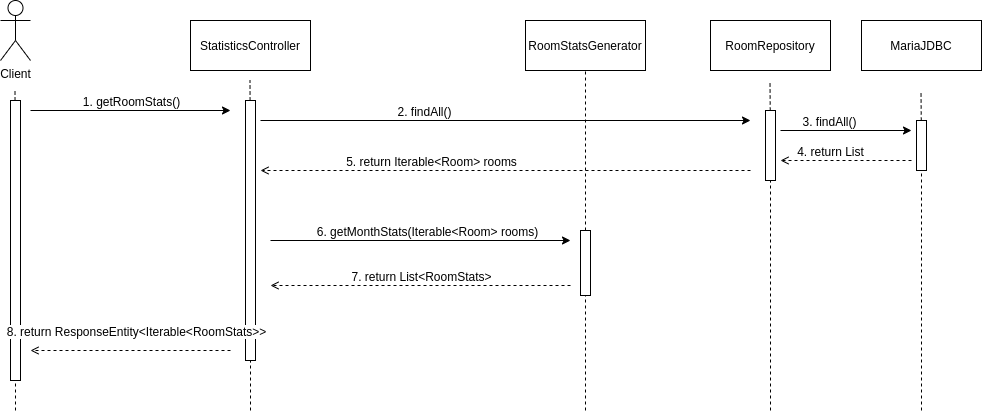
Earlier version of the draw.io export doc/design_sequence_diagram.png (torar9/swinz-projekt). Source tidied: cells renumbered, new cells last; positions are measured from the earlier drawing's top-left corner, leaving out a move shared by most shapes. The source it was exported from:
```xml
<mxGraphModel>
  <root>
    <mxCell id="0" />
    <mxCell id="1" parent="0" />
    <mxCell id="2" value="Client" style="shape=umlActor;verticalLabelPosition=bottom;labelBackgroundColor=#ffffff;verticalAlign=top;html=1;" parent="1" vertex="1">
      <mxGeometry width="30" height="60" as="geometry" />
    </mxCell>
    <mxCell id="3" style="endArrow=none;dashed=1;html=1;" parent="1" edge="1" source="4">
      <mxGeometry relative="1" as="geometry">
        <mxPoint x="14.5" y="90" as="targetPoint" />
      </mxGeometry>
    </mxCell>
    <mxCell id="4" style="rounded=0;whiteSpace=wrap;html=1;" parent="1" vertex="1">
      <mxGeometry x="10" y="100" width="10" height="280" as="geometry" />
    </mxCell>
    <mxCell id="5" style="endArrow=none;dashed=1;html=1;" parent="1" edge="1" target="4">
      <mxGeometry relative="1" as="geometry">
        <mxPoint x="15" y="410" as="sourcePoint" />
      </mxGeometry>
    </mxCell>
    <mxCell id="6" value="StatisticsController" style="rounded=0;whiteSpace=wrap;html=1;" parent="1" vertex="1">
      <mxGeometry x="190" y="20" width="120" height="50" as="geometry" />
    </mxCell>
    <mxCell id="7" value="RoomStatsGenerator" style="rounded=0;whiteSpace=wrap;html=1;" parent="1" vertex="1">
      <mxGeometry x="525" y="20" width="120" height="50" as="geometry" />
    </mxCell>
    <mxCell id="8" style="endArrow=none;dashed=1;html=1;" parent="1" edge="1" source="11">
      <mxGeometry relative="1" as="geometry">
        <mxPoint x="249.5" y="80" as="targetPoint" />
      </mxGeometry>
    </mxCell>
    <mxCell id="9" style="endArrow=classic;html=1;" parent="1" edge="1">
      <mxGeometry relative="1" as="geometry">
        <mxPoint x="30" y="110" as="sourcePoint" />
        <mxPoint x="230" y="110" as="targetPoint" />
      </mxGeometry>
    </mxCell>
    <mxCell id="10" value="1. getRoomStats()" style="edgeLabel;html=1;align=center;verticalAlign=middle;fontSize=12;" parent="9" vertex="1">
      <mxGeometry x="0.61" relative="1" as="geometry">
        <mxPoint x="-61" y="-10" as="offset" />
      </mxGeometry>
    </mxCell>
    <mxCell id="11" style="rounded=0;whiteSpace=wrap;html=1;" parent="1" vertex="1">
      <mxGeometry x="245" y="100" width="10" height="260" as="geometry" />
    </mxCell>
    <mxCell id="12" style="endArrow=none;dashed=1;html=1;" parent="1" edge="1" target="11">
      <mxGeometry relative="1" as="geometry">
        <mxPoint x="250" y="410" as="sourcePoint" />
      </mxGeometry>
    </mxCell>
    <mxCell id="13" value="RoomRepository" style="rounded=0;whiteSpace=wrap;html=1;fontSize=12;" parent="1" vertex="1">
      <mxGeometry x="710" y="20" width="120" height="50" as="geometry" />
    </mxCell>
    <mxCell id="14" style="endArrow=none;dashed=1;html=1;fontSize=12;entryX=0.5;entryY=1;entryDx=0;entryDy=0;" parent="1" edge="1" target="7">
      <mxGeometry relative="1" as="geometry">
        <mxPoint x="585" y="410" as="sourcePoint" />
      </mxGeometry>
    </mxCell>
    <mxCell id="15" style="endArrow=classic;html=1;fontSize=12;" parent="1" edge="1">
      <mxGeometry relative="1" as="geometry">
        <mxPoint x="260" y="120" as="sourcePoint" />
        <mxPoint x="750" y="120" as="targetPoint" />
      </mxGeometry>
    </mxCell>
    <mxCell id="16" value="2. findAll()" style="edgeLabel;html=1;align=center;verticalAlign=middle;fontSize=12;" parent="15" vertex="1">
      <mxGeometry x="0.48" relative="1" as="geometry">
        <mxPoint x="-200" y="-10" as="offset" />
      </mxGeometry>
    </mxCell>
    <mxCell id="17" style="endArrow=none;dashed=1;html=1;" parent="1" edge="1" source="18">
      <mxGeometry relative="1" as="geometry">
        <mxPoint x="769.5" y="80" as="targetPoint" />
      </mxGeometry>
    </mxCell>
    <mxCell id="18" style="rounded=0;whiteSpace=wrap;html=1;" parent="1" vertex="1">
      <mxGeometry x="765" y="110" width="10" height="70" as="geometry" />
    </mxCell>
    <mxCell id="19" style="endArrow=none;dashed=1;html=1;" parent="1" edge="1" target="18">
      <mxGeometry relative="1" as="geometry">
        <mxPoint x="770" y="410" as="sourcePoint" />
      </mxGeometry>
    </mxCell>
    <mxCell id="20" style="endArrow=open;dashed=1;html=1;fontSize=12;endFill=0;" parent="1" edge="1">
      <mxGeometry relative="1" as="geometry">
        <mxPoint x="750" y="170" as="sourcePoint" />
        <mxPoint x="260" y="170" as="targetPoint" />
      </mxGeometry>
    </mxCell>
    <mxCell id="21" value="5. return Iterable&amp;lt;Room&amp;gt; rooms" style="edgeLabel;html=1;align=center;verticalAlign=middle;fontSize=12;" parent="20" vertex="1">
      <mxGeometry x="-0.64" y="1" relative="1" as="geometry">
        <mxPoint x="-231" y="-11" as="offset" />
      </mxGeometry>
    </mxCell>
    <mxCell id="22" style="rounded=0;whiteSpace=wrap;html=1;fontSize=12;" parent="1" vertex="1">
      <mxGeometry x="580" y="230" width="10" height="65" as="geometry" />
    </mxCell>
    <mxCell id="23" style="endArrow=classic;html=1;fontSize=12;" parent="1" edge="1">
      <mxGeometry relative="1" as="geometry">
        <mxPoint x="270" y="240" as="sourcePoint" />
        <mxPoint x="570" y="240" as="targetPoint" />
      </mxGeometry>
    </mxCell>
    <mxCell id="24" value="6. getMonthStats(Iterable&amp;lt;Room&amp;gt; rooms)" style="edgeLabel;html=1;align=center;verticalAlign=middle;fontSize=12;" parent="23" vertex="1">
      <mxGeometry x="0.24" y="3" relative="1" as="geometry">
        <mxPoint x="-30" y="-7" as="offset" />
      </mxGeometry>
    </mxCell>
    <mxCell id="25" value="MariaJDBC" style="rounded=0;whiteSpace=wrap;html=1;fontSize=12;" parent="1" vertex="1">
      <mxGeometry x="861" y="20" width="120" height="50" as="geometry" />
    </mxCell>
    <mxCell id="26" style="endArrow=none;dashed=1;html=1;fontSize=12;" parent="1" edge="1" source="31">
      <mxGeometry relative="1" as="geometry">
        <mxPoint x="920.5" y="90" as="targetPoint" />
      </mxGeometry>
    </mxCell>
    <mxCell id="27" style="endArrow=classic;html=1;fontSize=12;" parent="1" edge="1">
      <mxGeometry relative="1" as="geometry">
        <mxPoint x="780" y="130" as="sourcePoint" />
        <mxPoint x="911" y="130" as="targetPoint" />
      </mxGeometry>
    </mxCell>
    <mxCell id="28" value="3. findAll()" style="edgeLabel;html=1;align=center;verticalAlign=middle;fontSize=12;" parent="27" vertex="1">
      <mxGeometry x="0.48" relative="1" as="geometry">
        <mxPoint x="-49" y="-10" as="offset" />
      </mxGeometry>
    </mxCell>
    <mxCell id="29" style="endArrow=open;dashed=1;html=1;fontSize=12;endFill=0;" parent="1" edge="1">
      <mxGeometry relative="1" as="geometry">
        <mxPoint x="911" y="160" as="sourcePoint" />
        <mxPoint x="780" y="160" as="targetPoint" />
      </mxGeometry>
    </mxCell>
    <mxCell id="30" value="4. return List" style="edgeLabel;html=1;align=center;verticalAlign=middle;fontSize=12;" parent="29" vertex="1">
      <mxGeometry x="-0.64" y="1" relative="1" as="geometry">
        <mxPoint x="-57.5" y="-11" as="offset" />
      </mxGeometry>
    </mxCell>
    <mxCell id="31" style="rounded=0;whiteSpace=wrap;html=1;fontSize=12;" parent="1" vertex="1">
      <mxGeometry x="916" y="120" width="10" height="50" as="geometry" />
    </mxCell>
    <mxCell id="32" style="endArrow=none;dashed=1;html=1;fontSize=12;" parent="1" edge="1" target="31">
      <mxGeometry relative="1" as="geometry">
        <mxPoint x="921" y="410" as="sourcePoint" />
      </mxGeometry>
    </mxCell>
    <mxCell id="33" style="endArrow=open;dashed=1;html=1;fontSize=12;endFill=0;" parent="1" edge="1">
      <mxGeometry relative="1" as="geometry">
        <mxPoint x="570" y="285" as="sourcePoint" />
        <mxPoint x="270" y="285" as="targetPoint" />
      </mxGeometry>
    </mxCell>
    <mxCell id="34" value="&lt;span style=&quot;color: rgba(0 , 0 , 0 , 0) ; font-family: monospace ; font-size: 0px ; background-color: rgb(248 , 249 , 250)&quot;&gt;%3CmxGraphModel%3E%3Croot%3E%3CmxCell%20id%3D%220%22%2F%3E%3CmxCell%20id%3D%221%22%20parent%3D%220%22%2F%3E%3CmxCell%20id%3D%222%22%20value%3D%22create(ArrayList%26amp%3Blt%3BRoomMonthStat%26amp%3Bgt%3B)%22%20style%3D%22edgeLabel%3Bhtml%3D1%3Balign%3Dcenter%3BverticalAlign%3Dmiddle%3Bresizable%3D0%3Bpoints%3D%5B%5D%3BfontSize%3D12%3B%22%20vertex%3D%221%22%20connectable%3D%220%22%20parent%3D%221%22%3E%3CmxGeometry%20x%3D%22660.0017647058824%22%20y%3D%22540.3000000000002%22%20as%3D%22geometry%22%3E%3CmxPoint%20x%3D%2230.59%22%20y%3D%22-12.7%22%20as%3D%22offset%22%2F%3E%3C%2FmxGeometry%3E%3C%2FmxCell%3E%3C%2Froot%3E%3C%2FmxGraphModel%3Eretur&lt;/span&gt;" style="edgeLabel;html=1;align=center;verticalAlign=middle;fontSize=12;" parent="33" vertex="1">
      <mxGeometry x="-0.64" y="1" relative="1" as="geometry">
        <mxPoint x="-32.1" y="-11" as="offset" />
      </mxGeometry>
    </mxCell>
    <mxCell id="35" value="&lt;font style=&quot;font-size: 12px&quot;&gt;7. return List&amp;lt;RoomStats&amp;gt;&lt;/font&gt;" style="edgeLabel;html=1;align=center;verticalAlign=middle;fontSize=12;" parent="33" vertex="1">
      <mxGeometry x="-0.16" y="1" relative="1" as="geometry">
        <mxPoint x="-23" y="-11" as="offset" />
      </mxGeometry>
    </mxCell>
    <mxCell id="36" style="endArrow=open;dashed=1;html=1;fontSize=12;endFill=0;" parent="1" edge="1">
      <mxGeometry relative="1" as="geometry">
        <mxPoint x="230" y="350" as="sourcePoint" />
        <mxPoint x="30" y="350" as="targetPoint" />
      </mxGeometry>
    </mxCell>
    <mxCell id="37" value="&lt;span style=&quot;color: rgba(0 , 0 , 0 , 0) ; font-family: monospace ; font-size: 0px ; background-color: rgb(248 , 249 , 250)&quot;&gt;%3CmxGraphModel%3E%3Croot%3E%3CmxCell%20id%3D%220%22%2F%3E%3CmxCell%20id%3D%221%22%20parent%3D%220%22%2F%3E%3CmxCell%20id%3D%222%22%20value%3D%22create(ArrayList%26amp%3Blt%3BRoomMonthStat%26amp%3Bgt%3B)%22%20style%3D%22edgeLabel%3Bhtml%3D1%3Balign%3Dcenter%3BverticalAlign%3Dmiddle%3Bresizable%3D0%3Bpoints%3D%5B%5D%3BfontSize%3D12%3B%22%20vertex%3D%221%22%20connectable%3D%220%22%20parent%3D%221%22%3E%3CmxGeometry%20x%3D%22660.0017647058824%22%20y%3D%22540.3000000000002%22%20as%3D%22geometry%22%3E%3CmxPoint%20x%3D%2230.59%22%20y%3D%22-12.7%22%20as%3D%22offset%22%2F%3E%3C%2FmxGeometry%3E%3C%2FmxCell%3E%3C%2Froot%3E%3C%2FmxGraphModel%3Eretur&lt;/span&gt;" style="edgeLabel;html=1;align=center;verticalAlign=middle;fontSize=12;" parent="36" vertex="1">
      <mxGeometry x="-0.64" y="1" relative="1" as="geometry">
        <mxPoint x="-97.1" y="-11" as="offset" />
      </mxGeometry>
    </mxCell>
    <mxCell id="38" value="&lt;font style=&quot;font-size: 12px&quot;&gt;8. return ResponseEntity&amp;lt;Iterable&amp;lt;RoomStats&amp;gt;&amp;gt;&lt;/font&gt;" style="edgeLabel;html=1;align=center;verticalAlign=middle;fontSize=12;" parent="36" vertex="1">
      <mxGeometry x="-0.16" y="1" relative="1" as="geometry">
        <mxPoint x="-11" y="-21" as="offset" />
      </mxGeometry>
    </mxCell>
  </root>
</mxGraphModel>
```
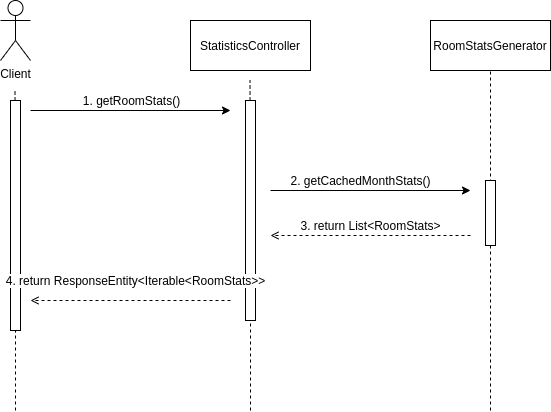
The same diagram one commit later.

Commit message:
Fix use case

Diff of the diagram source:
```diff
@@ -11,7 +11,7 @@
       </mxGeometry>
     </mxCell>
     <mxCell id="4" style="rounded=0;whiteSpace=wrap;html=1;" parent="1" vertex="1">
-      <mxGeometry x="10" y="100" width="10" height="280" as="geometry" />
+      <mxGeometry x="10" y="100" width="10" height="230" as="geometry" />
     </mxCell>
     <mxCell id="5" style="endArrow=none;dashed=1;html=1;" parent="1" edge="1" target="4">
       <mxGeometry relative="1" as="geometry">
@@ -22,7 +22,7 @@
       <mxGeometry x="190" y="20" width="120" height="50" as="geometry" />
     </mxCell>
     <mxCell id="7" value="RoomStatsGenerator" style="rounded=0;whiteSpace=wrap;html=1;" parent="1" vertex="1">
-      <mxGeometry x="525" y="20" width="120" height="50" as="geometry" />
+      <mxGeometry x="430" y="20" width="120" height="50" as="geometry" />
     </mxCell>
     <mxCell id="8" style="endArrow=none;dashed=1;html=1;" parent="1" edge="1" source="11">
       <mxGeometry relative="1" as="geometry">
@@ -41,112 +41,36 @@
       </mxGeometry>
     </mxCell>
     <mxCell id="11" style="rounded=0;whiteSpace=wrap;html=1;" parent="1" vertex="1">
-      <mxGeometry x="245" y="100" width="10" height="260" as="geometry" />
+      <mxGeometry x="245" y="100" width="10" height="220" as="geometry" />
     </mxCell>
     <mxCell id="12" style="endArrow=none;dashed=1;html=1;" parent="1" edge="1" target="11">
       <mxGeometry relative="1" as="geometry">
         <mxPoint x="250" y="410" as="sourcePoint" />
       </mxGeometry>
     </mxCell>
-    <mxCell id="13" value="RoomRepository" style="rounded=0;whiteSpace=wrap;html=1;fontSize=12;" parent="1" vertex="1">
-      <mxGeometry x="710" y="20" width="120" height="50" as="geometry" />
-    </mxCell>
     <mxCell id="14" style="endArrow=none;dashed=1;html=1;fontSize=12;entryX=0.5;entryY=1;entryDx=0;entryDy=0;" parent="1" edge="1" target="7">
       <mxGeometry relative="1" as="geometry">
-        <mxPoint x="585" y="410" as="sourcePoint" />
+        <mxPoint x="490" y="410" as="sourcePoint" />
       </mxGeometry>
     </mxCell>
-    <mxCell id="15" style="endArrow=classic;html=1;fontSize=12;" parent="1" edge="1">
-      <mxGeometry relative="1" as="geometry">
-        <mxPoint x="260" y="120" as="sourcePoint" />
-        <mxPoint x="750" y="120" as="targetPoint" />
-      </mxGeometry>
-    </mxCell>
-    <mxCell id="16" value="2. findAll()" style="edgeLabel;html=1;align=center;verticalAlign=middle;fontSize=12;" parent="15" vertex="1">
-      <mxGeometry x="0.48" relative="1" as="geometry">
-        <mxPoint x="-200" y="-10" as="offset" />
-      </mxGeometry>
-    </mxCell>
-    <mxCell id="17" style="endArrow=none;dashed=1;html=1;" parent="1" edge="1" source="18">
-      <mxGeometry relative="1" as="geometry">
-        <mxPoint x="769.5" y="80" as="targetPoint" />
-      </mxGeometry>
-    </mxCell>
-    <mxCell id="18" style="rounded=0;whiteSpace=wrap;html=1;" parent="1" vertex="1">
-      <mxGeometry x="765" y="110" width="10" height="70" as="geometry" />
-    </mxCell>
-    <mxCell id="19" style="endArrow=none;dashed=1;html=1;" parent="1" edge="1" target="18">
-      <mxGeometry relative="1" as="geometry">
-        <mxPoint x="770" y="410" as="sourcePoint" />
-      </mxGeometry>
-    </mxCell>
-    <mxCell id="20" style="endArrow=open;dashed=1;html=1;fontSize=12;endFill=0;" parent="1" edge="1">
-      <mxGeometry relative="1" as="geometry">
-        <mxPoint x="750" y="170" as="sourcePoint" />
-        <mxPoint x="260" y="170" as="targetPoint" />
-      </mxGeometry>
-    </mxCell>
-    <mxCell id="21" value="5. return Iterable&amp;lt;Room&amp;gt; rooms" style="edgeLabel;html=1;align=center;verticalAlign=middle;fontSize=12;" parent="20" vertex="1">
-      <mxGeometry x="-0.64" y="1" relative="1" as="geometry">
-        <mxPoint x="-231" y="-11" as="offset" />
-      </mxGeometry>
-    </mxCell>
     <mxCell id="22" style="rounded=0;whiteSpace=wrap;html=1;fontSize=12;" parent="1" vertex="1">
-      <mxGeometry x="580" y="230" width="10" height="65" as="geometry" />
+      <mxGeometry x="485" y="180" width="10" height="65" as="geometry" />
     </mxCell>
     <mxCell id="23" style="endArrow=classic;html=1;fontSize=12;" parent="1" edge="1">
       <mxGeometry relative="1" as="geometry">
-        <mxPoint x="270" y="240" as="sourcePoint" />
-        <mxPoint x="570" y="240" as="targetPoint" />
+        <mxPoint x="270" y="190" as="sourcePoint" />
+        <mxPoint x="470" y="190" as="targetPoint" />
       </mxGeometry>
     </mxCell>
-    <mxCell id="24" value="6. getMonthStats(Iterable&amp;lt;Room&amp;gt; rooms)" style="edgeLabel;html=1;align=center;verticalAlign=middle;fontSize=12;" parent="23" vertex="1">
+    <mxCell id="24" value="2. getCachedMonthStats()" style="edgeLabel;html=1;align=center;verticalAlign=middle;fontSize=12;" parent="23" vertex="1">
       <mxGeometry x="0.24" y="3" relative="1" as="geometry">
-        <mxPoint x="-30" y="-7" as="offset" />
+        <mxPoint x="-34.2" y="-7" as="offset" />
       </mxGeometry>
     </mxCell>
-    <mxCell id="25" value="MariaJDBC" style="rounded=0;whiteSpace=wrap;html=1;fontSize=12;" parent="1" vertex="1">
-      <mxGeometry x="861" y="20" width="120" height="50" as="geometry" />
-    </mxCell>
-    <mxCell id="26" style="endArrow=none;dashed=1;html=1;fontSize=12;" parent="1" edge="1" source="31">
-      <mxGeometry relative="1" as="geometry">
-        <mxPoint x="920.5" y="90" as="targetPoint" />
-      </mxGeometry>
-    </mxCell>
-    <mxCell id="27" style="endArrow=classic;html=1;fontSize=12;" parent="1" edge="1">
-      <mxGeometry relative="1" as="geometry">
-        <mxPoint x="780" y="130" as="sourcePoint" />
-        <mxPoint x="911" y="130" as="targetPoint" />
-      </mxGeometry>
-    </mxCell>
-    <mxCell id="28" value="3. findAll()" style="edgeLabel;html=1;align=center;verticalAlign=middle;fontSize=12;" parent="27" vertex="1">
-      <mxGeometry x="0.48" relative="1" as="geometry">
-        <mxPoint x="-49" y="-10" as="offset" />
-      </mxGeometry>
-    </mxCell>
-    <mxCell id="29" style="endArrow=open;dashed=1;html=1;fontSize=12;endFill=0;" parent="1" edge="1">
-      <mxGeometry relative="1" as="geometry">
-        <mxPoint x="911" y="160" as="sourcePoint" />
-        <mxPoint x="780" y="160" as="targetPoint" />
-      </mxGeometry>
-    </mxCell>
-    <mxCell id="30" value="4. return List" style="edgeLabel;html=1;align=center;verticalAlign=middle;fontSize=12;" parent="29" vertex="1">
-      <mxGeometry x="-0.64" y="1" relative="1" as="geometry">
-        <mxPoint x="-57.5" y="-11" as="offset" />
-      </mxGeometry>
-    </mxCell>
-    <mxCell id="31" style="rounded=0;whiteSpace=wrap;html=1;fontSize=12;" parent="1" vertex="1">
-      <mxGeometry x="916" y="120" width="10" height="50" as="geometry" />
-    </mxCell>
-    <mxCell id="32" style="endArrow=none;dashed=1;html=1;fontSize=12;" parent="1" edge="1" target="31">
-      <mxGeometry relative="1" as="geometry">
-        <mxPoint x="921" y="410" as="sourcePoint" />
-      </mxGeometry>
-    </mxCell>
     <mxCell id="33" style="endArrow=open;dashed=1;html=1;fontSize=12;endFill=0;" parent="1" edge="1">
       <mxGeometry relative="1" as="geometry">
-        <mxPoint x="570" y="285" as="sourcePoint" />
-        <mxPoint x="270" y="285" as="targetPoint" />
+        <mxPoint x="470" y="235" as="sourcePoint" />
+        <mxPoint x="270" y="235" as="targetPoint" />
       </mxGeometry>
     </mxCell>
     <mxCell id="34" value="&lt;span style=&quot;color: rgba(0 , 0 , 0 , 0) ; font-family: monospace ; font-size: 0px ; background-color: rgb(248 , 249 , 250)&quot;&gt;%3CmxGraphModel%3E%3Croot%3E%3CmxCell%20id%3D%220%22%2F%3E%3CmxCell%20id%3D%221%22%20parent%3D%220%22%2F%3E%3CmxCell%20id%3D%222%22%20value%3D%22create(ArrayList%26amp%3Blt%3BRoomMonthStat%26amp%3Bgt%3B)%22%20style%3D%22edgeLabel%3Bhtml%3D1%3Balign%3Dcenter%3BverticalAlign%3Dmiddle%3Bresizable%3D0%3Bpoints%3D%5B%5D%3BfontSize%3D12%3B%22%20vertex%3D%221%22%20connectable%3D%220%22%20parent%3D%221%22%3E%3CmxGeometry%20x%3D%22660.0017647058824%22%20y%3D%22540.3000000000002%22%20as%3D%22geometry%22%3E%3CmxPoint%20x%3D%2230.59%22%20y%3D%22-12.7%22%20as%3D%22offset%22%2F%3E%3C%2FmxGeometry%3E%3C%2FmxCell%3E%3C%2Froot%3E%3C%2FmxGraphModel%3Eretur&lt;/span&gt;" style="edgeLabel;html=1;align=center;verticalAlign=middle;fontSize=12;" parent="33" vertex="1">
@@ -154,15 +78,15 @@
         <mxPoint x="-32.1" y="-11" as="offset" />
       </mxGeometry>
     </mxCell>
-    <mxCell id="35" value="&lt;font style=&quot;font-size: 12px&quot;&gt;7. return List&amp;lt;RoomStats&amp;gt;&lt;/font&gt;" style="edgeLabel;html=1;align=center;verticalAlign=middle;fontSize=12;" parent="33" vertex="1">
+    <mxCell id="35" value="&lt;font style=&quot;font-size: 12px&quot;&gt;3. return List&amp;lt;RoomStats&amp;gt;&lt;/font&gt;" style="edgeLabel;html=1;align=center;verticalAlign=middle;fontSize=12;" parent="33" vertex="1">
       <mxGeometry x="-0.16" y="1" relative="1" as="geometry">
-        <mxPoint x="-23" y="-11" as="offset" />
+        <mxPoint x="-15.8" y="-11" as="offset" />
       </mxGeometry>
     </mxCell>
     <mxCell id="36" style="endArrow=open;dashed=1;html=1;fontSize=12;endFill=0;" parent="1" edge="1">
       <mxGeometry relative="1" as="geometry">
-        <mxPoint x="230" y="350" as="sourcePoint" />
-        <mxPoint x="30" y="350" as="targetPoint" />
+        <mxPoint x="230" y="300" as="sourcePoint" />
+        <mxPoint x="30" y="300" as="targetPoint" />
       </mxGeometry>
     </mxCell>
     <mxCell id="37" value="&lt;span style=&quot;color: rgba(0 , 0 , 0 , 0) ; font-family: monospace ; font-size: 0px ; background-color: rgb(248 , 249 , 250)&quot;&gt;%3CmxGraphModel%3E%3Croot%3E%3CmxCell%20id%3D%220%22%2F%3E%3CmxCell%20id%3D%221%22%20parent%3D%220%22%2F%3E%3CmxCell%20id%3D%222%22%20value%3D%22create(ArrayList%26amp%3Blt%3BRoomMonthStat%26amp%3Bgt%3B)%22%20style%3D%22edgeLabel%3Bhtml%3D1%3Balign%3Dcenter%3BverticalAlign%3Dmiddle%3Bresizable%3D0%3Bpoints%3D%5B%5D%3BfontSize%3D12%3B%22%20vertex%3D%221%22%20connectable%3D%220%22%20parent%3D%221%22%3E%3CmxGeometry%20x%3D%22660.0017647058824%22%20y%3D%22540.3000000000002%22%20as%3D%22geometry%22%3E%3CmxPoint%20x%3D%2230.59%22%20y%3D%22-12.7%22%20as%3D%22offset%22%2F%3E%3C%2FmxGeometry%3E%3C%2FmxCell%3E%3C%2Froot%3E%3C%2FmxGraphModel%3Eretur&lt;/span&gt;" style="edgeLabel;html=1;align=center;verticalAlign=middle;fontSize=12;" parent="36" vertex="1">
@@ -170,7 +94,7 @@
         <mxPoint x="-97.1" y="-11" as="offset" />
       </mxGeometry>
     </mxCell>
-    <mxCell id="38" value="&lt;font style=&quot;font-size: 12px&quot;&gt;8. return ResponseEntity&amp;lt;Iterable&amp;lt;RoomStats&amp;gt;&amp;gt;&lt;/font&gt;" style="edgeLabel;html=1;align=center;verticalAlign=middle;fontSize=12;" parent="36" vertex="1">
+    <mxCell id="38" value="&lt;font style=&quot;font-size: 12px&quot;&gt;4. return ResponseEntity&amp;lt;Iterable&amp;lt;RoomStats&amp;gt;&amp;gt;&lt;/font&gt;" style="edgeLabel;html=1;align=center;verticalAlign=middle;fontSize=12;" parent="36" vertex="1">
       <mxGeometry x="-0.16" y="1" relative="1" as="geometry">
         <mxPoint x="-11" y="-21" as="offset" />
       </mxGeometry>
```
